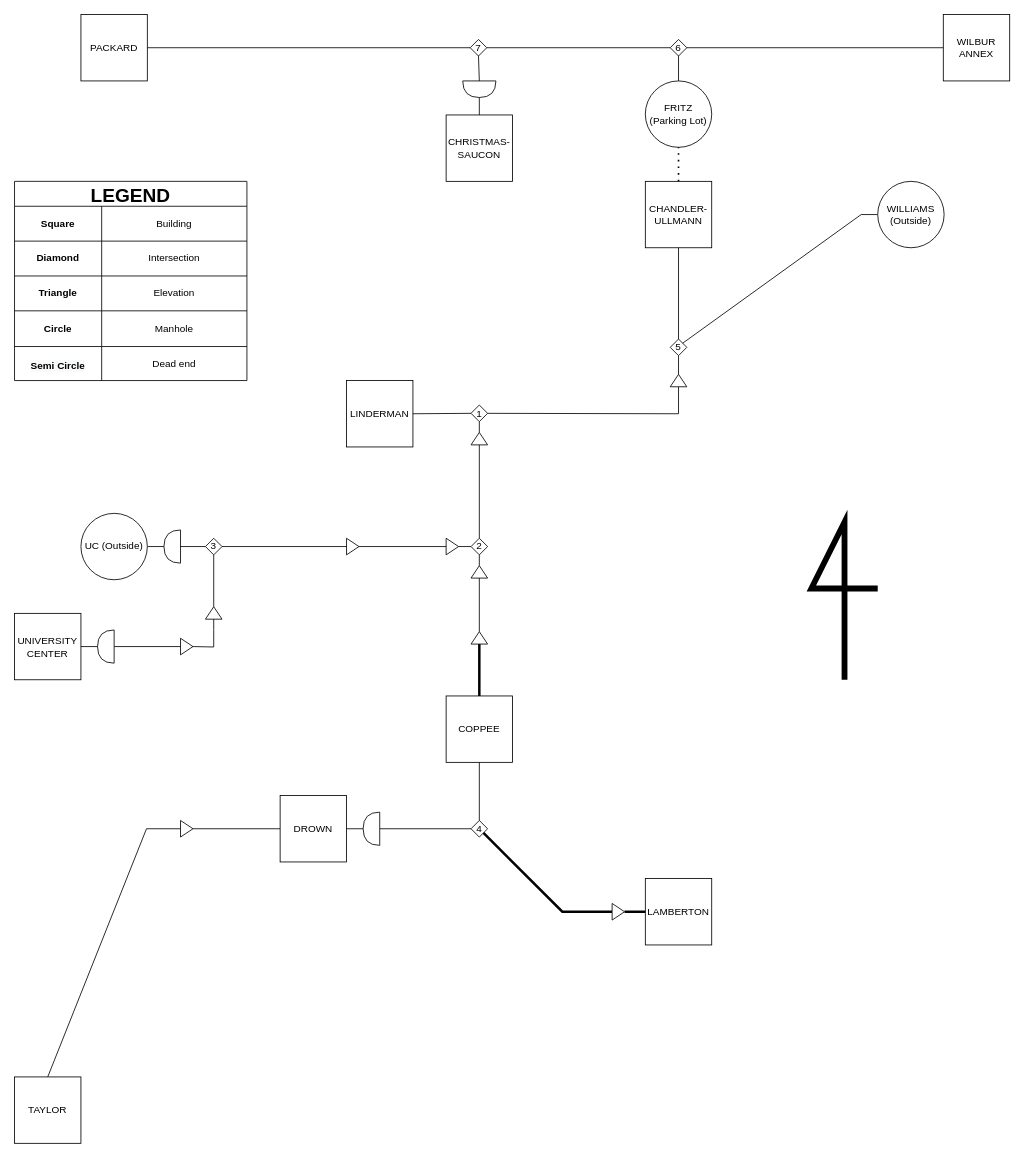
Above: diagram.drawio in shun-ueda/lehigh-stream-tunnel (draw.io), before the change. Source tidied: cells renumbered, new cells numbered last; positions are measured from the earlier drawing's top-left corner, leaving out a move shared by most shapes. Both pictures are drawn from the tidied source at 83%, with x=0, y=0 at pixel (14, 14).
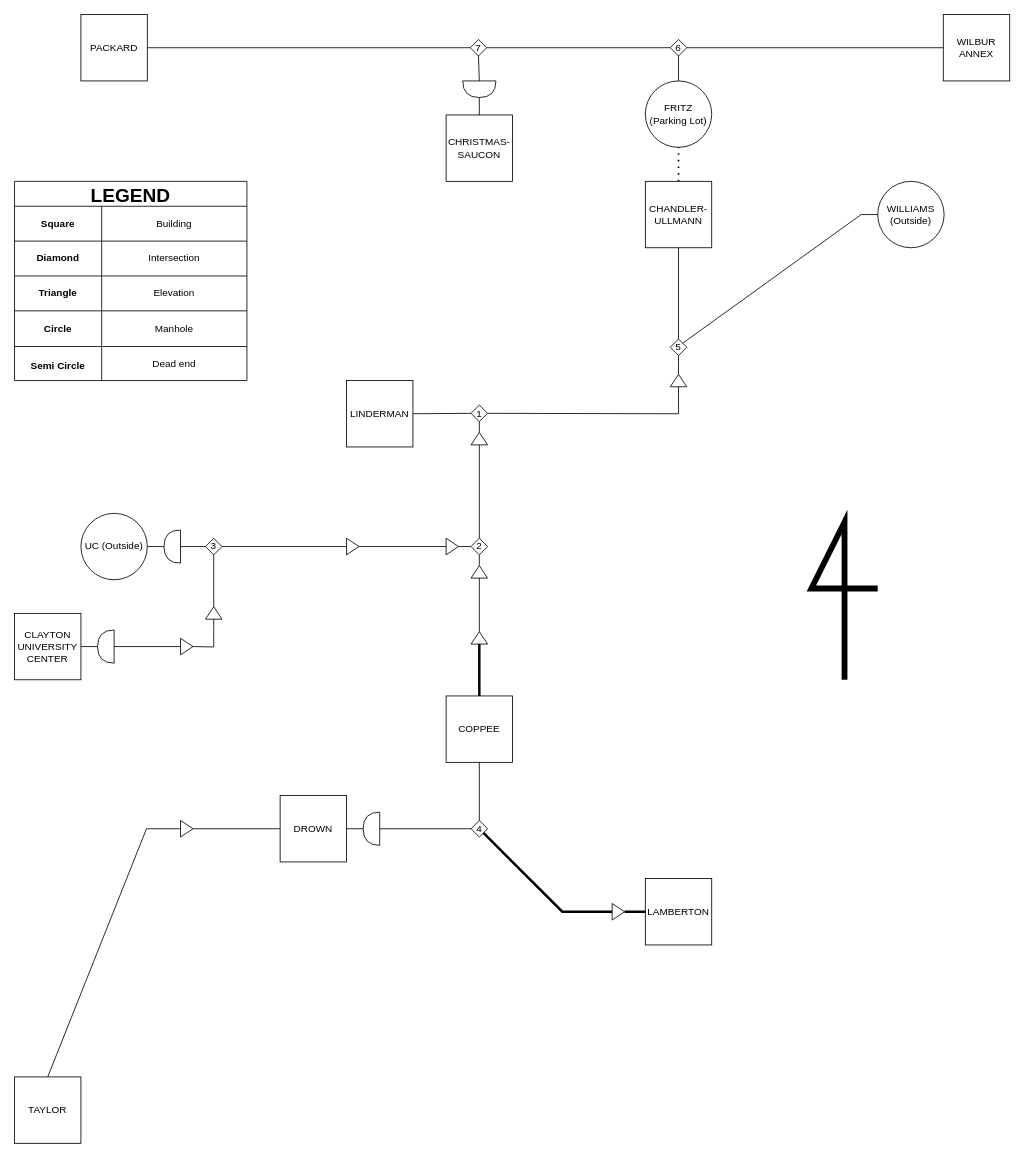
Above is the later version.

What changed in the source:
```diff
@@
-    <mxCell id="50" value="UNIVERSITY CENTER" style="rounded=0;whiteSpace=wrap;html=1;" parent="1" vertex="1">
+    <mxCell id="50" value="CLAYTON UNIVERSITY CENTER" style="rounded=0;whiteSpace=wrap;html=1;" parent="1" vertex="1">
       <mxGeometry y="721.5" width="80" height="80" as="geometry" />
     </mxCell>
```
